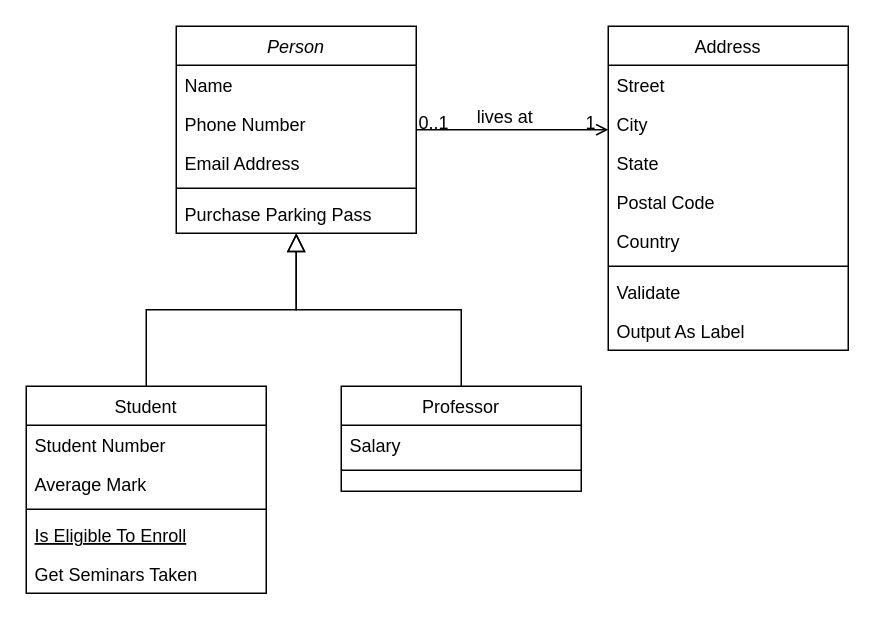
This is ifc-foods.drawio from carlospereirakom/ifc-foods, a draw.io file, before an edit. Source tidied: cells renumbered, new cells numbered last; positions are measured from the earlier drawing's top-left corner, leaving out a move shared by most shapes. Both pictures are drawn from the tidied source at 150%, with x=0, y=0 at pixel (26, 26).
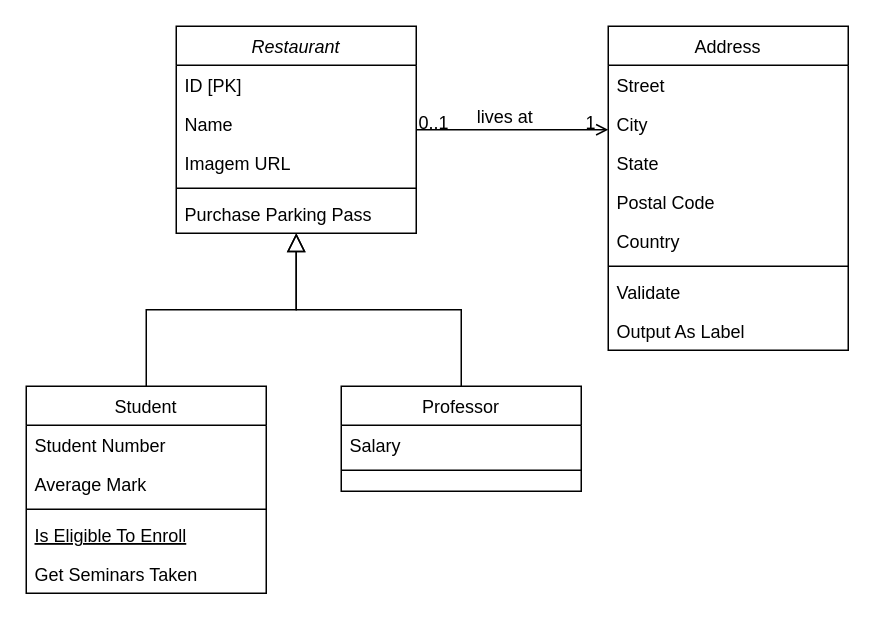
Above is the later version.

Change to the diagram source:
```diff
@@
-    <mxCell id="2" value="Person" style="swimlane;fontStyle=2;align=center;verticalAlign=top;horizontal=1;startSize=26;rounded=0;shadow=0;strokeWidth=1;" parent="1" vertex="1">
+    <mxCell id="2" value="Restaurant" style="swimlane;fontStyle=2;align=center;verticalAlign=top;horizontal=1;startSize=26;rounded=0;shadow=0;strokeWidth=1;" parent="1" vertex="1">
       <mxGeometry x="100" width="160" height="138" as="geometry" />
     </mxCell>
-    <mxCell id="3" value="Name" style="text;align=left;verticalAlign=top;spacingLeft=4;spacingRight=4;overflow=hidden;" parent="2" vertex="1">
+    <mxCell id="3" value="ID [PK]" style="text;align=left;verticalAlign=top;spacingLeft=4;spacingRight=4;overflow=hidden;" parent="2" vertex="1">
       <mxGeometry y="26" width="160" height="26" as="geometry" />
     </mxCell>
-    <mxCell id="4" value="Phone Number" style="text;align=left;verticalAlign=top;spacingLeft=4;spacingRight=4;overflow=hidden;rounded=0;shadow=0;html=0;" parent="2" vertex="1">
+    <mxCell id="4" value="Name" style="text;align=left;verticalAlign=top;spacingLeft=4;spacingRight=4;overflow=hidden;rounded=0;shadow=0;html=0;" parent="2" vertex="1">
       <mxGeometry y="52" width="160" height="26" as="geometry" />
     </mxCell>
-    <mxCell id="5" value="Email Address" style="text;align=left;verticalAlign=top;spacingLeft=4;spacingRight=4;overflow=hidden;rounded=0;shadow=0;html=0;" parent="2" vertex="1">
+    <mxCell id="5" value="Imagem URL" style="text;align=left;verticalAlign=top;spacingLeft=4;spacingRight=4;overflow=hidden;rounded=0;shadow=0;html=0;" parent="2" vertex="1">
       <mxGeometry y="78" width="160" height="26" as="geometry" />
     </mxCell>
```
